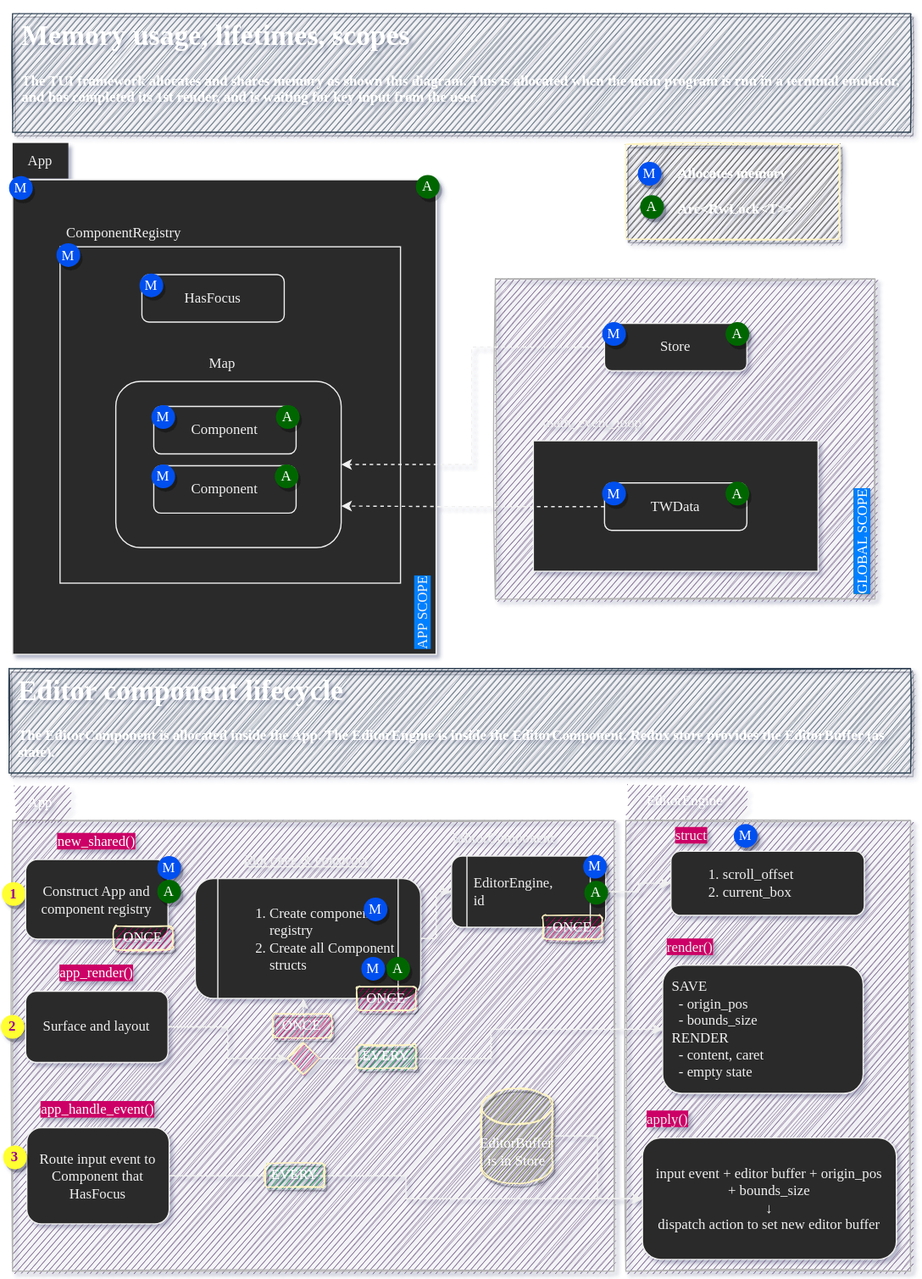
The draw.io diagram docs/memory-architecture.drawio.svg in r3bl-org/r3bl-open-core, before a commit. Source tidied: cells renumbered, new cells last; positions are measured from the earlier drawing's top-left corner, leaving out a move shared by most shapes.
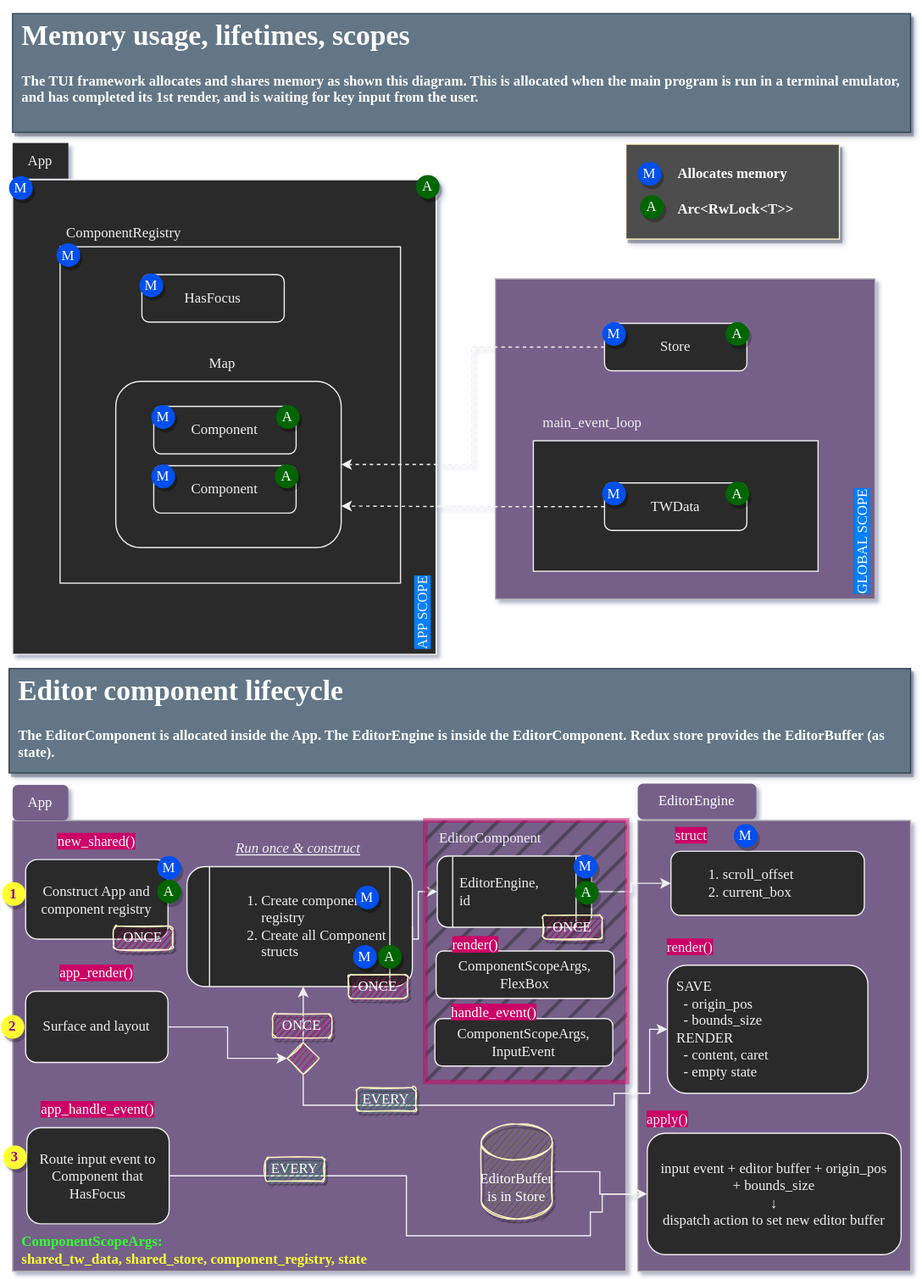
Above is the later version.

Commit message:
Update diagrams in docs, minor code refactor

Diff of the diagram source:
```diff
@@ -4,7 +4,7 @@
     <mxCell id="1" parent="0" />
-    <mxCell id="2" value="&lt;span style=&quot;background-color: rgb(0, 127, 255);&quot;&gt;GLOBAL SCOPE&lt;/span&gt;" style="rounded=0;whiteSpace=wrap;html=1;labelBackgroundColor=#006600;fontFamily=Fira Code;fontSource=https%3A%2F%2Ffonts.googleapis.com%2Fcss%3Ffamily%3DFira%2BCode;sketch=1;fillColor=#76608a;strokeColor=#B3B3B3;fontColor=#ffffff;spacing=4;align=left;horizontal=0;verticalAlign=bottom;" parent="1" vertex="1">
+    <mxCell id="2" value="&lt;span style=&quot;background-color: rgb(0, 127, 255);&quot;&gt;GLOBAL SCOPE&lt;/span&gt;" style="rounded=0;whiteSpace=wrap;html=1;labelBackgroundColor=#006600;fontFamily=Fira Code;fontSource=https%3A%2F%2Ffonts.googleapis.com%2Fcss%3Ffamily%3DFira%2BCode;sketch=0;fillColor=#76608a;strokeColor=#B3B3B3;fontColor=#ffffff;spacing=4;align=left;horizontal=0;verticalAlign=bottom;" parent="1" vertex="1">
       <mxGeometry x="417" y="223.5" width="320" height="270" as="geometry" />
     </mxCell>
-    <mxCell id="3" style="rounded=0;whiteSpace=wrap;html=1;labelBackgroundColor=#006600;fontFamily=Fira Code;fontSource=https%3A%2F%2Ffonts.googleapis.com%2Fcss%3Ffamily%3DFira%2BCode;sketch=1;fillColor=#76608a;strokeColor=#B3B3B3;fontColor=#ffffff;spacing=4;" parent="1" vertex="1">
-      <mxGeometry x="10" y="680" width="507" height="380" as="geometry" />
+    <mxCell id="3" style="rounded=0;whiteSpace=wrap;html=1;labelBackgroundColor=#006600;fontFamily=Fira Code;fontSource=https%3A%2F%2Ffonts.googleapis.com%2Fcss%3Ffamily%3DFira%2BCode;sketch=0;fillColor=#76608a;strokeColor=#B3B3B3;fontColor=#ffffff;spacing=4;" parent="1" vertex="1">
+      <mxGeometry x="10" y="680" width="517" height="380" as="geometry" />
     </mxCell>
@@ -117,9 +117,9 @@
     </mxCell>
-    <mxCell id="38" value="&lt;h1&gt;Memory usage, lifetimes, scopes&lt;/h1&gt;&lt;p&gt;The TUI framework allocates and shares memory as shown this diagram. This is allocated when the main program is run in a terminal emulator, and has completed its 1st render, and is waiting for key input from the user.&lt;/p&gt;" style="text;html=1;strokeColor=#314354;fillColor=#647687;spacing=4;spacingTop=-20;whiteSpace=wrap;overflow=hidden;rounded=0;fontFamily=Fira Code;fontSource=https%3A%2F%2Ffonts.googleapis.com%2Fcss%3Ffamily%3DFira%2BCode;fontColor=#ffffff;glass=0;sketch=1;shadow=1;fillStyle=auto;gradientDirection=radial;spacingLeft=4;spacingRight=4;labelBackgroundColor=none;labelBorderColor=none;fontStyle=1;" parent="1" vertex="1">
+    <mxCell id="38" value="&lt;h1&gt;Memory usage, lifetimes, scopes&lt;/h1&gt;&lt;p&gt;The TUI framework allocates and shares memory as shown this diagram. This is allocated when the main program is run in a terminal emulator, and has completed its 1st render, and is waiting for key input from the user.&lt;/p&gt;" style="text;html=1;strokeColor=#314354;fillColor=#647687;spacing=4;spacingTop=-20;whiteSpace=wrap;overflow=hidden;rounded=0;fontFamily=Fira Code;fontSource=https%3A%2F%2Ffonts.googleapis.com%2Fcss%3Ffamily%3DFira%2BCode;fontColor=#ffffff;glass=0;sketch=0;shadow=1;fillStyle=auto;gradientDirection=radial;spacingLeft=4;spacingRight=4;labelBackgroundColor=none;labelBorderColor=none;fontStyle=1;" parent="1" vertex="1">
       <mxGeometry x="10" width="757" height="100" as="geometry" />
     </mxCell>
-    <mxCell id="39" value="&lt;h1&gt;Editor component lifecycle&lt;/h1&gt;&lt;p&gt;The EditorComponent is allocated inside the App. The EditorEngine is inside the EditorComponent. Redux store provides the EditorBuffer (as state).&lt;/p&gt;" style="text;html=1;strokeColor=#314354;fillColor=#647687;spacing=4;spacingTop=-20;whiteSpace=wrap;overflow=hidden;rounded=0;fontFamily=Fira Code;fontSource=https%3A%2F%2Ffonts.googleapis.com%2Fcss%3Ffamily%3DFira%2BCode;shadow=1;sketch=1;labelBorderColor=none;spacingLeft=4;spacingRight=4;fontStyle=1;fontColor=#ffffff;" parent="1" vertex="1">
+    <mxCell id="39" value="&lt;h1&gt;Editor component lifecycle&lt;/h1&gt;&lt;p&gt;The EditorComponent is allocated inside the App. The EditorEngine is inside the EditorComponent. Redux store provides the EditorBuffer (as state).&lt;/p&gt;" style="text;html=1;strokeColor=#314354;fillColor=#647687;spacing=4;spacingTop=-20;whiteSpace=wrap;overflow=hidden;rounded=0;fontFamily=Fira Code;fontSource=https%3A%2F%2Ffonts.googleapis.com%2Fcss%3Ffamily%3DFira%2BCode;shadow=1;sketch=0;labelBorderColor=none;spacingLeft=4;spacingRight=4;fontStyle=1;fontColor=#ffffff;" parent="1" vertex="1">
       <mxGeometry x="7" y="552" width="760" height="88" as="geometry" />
     </mxCell>
-    <mxCell id="40" value="App" style="text;html=1;strokeColor=none;fillColor=#76608a;align=center;verticalAlign=middle;whiteSpace=wrap;rounded=1;fontFamily=Fira Code;fontSource=https%3A%2F%2Ffonts.googleapis.com%2Fcss%3Ffamily%3DFira%2BCode;spacing=4;fontColor=#ffffff;sketch=1;" parent="1" vertex="1">
+    <mxCell id="40" value="App" style="text;html=1;strokeColor=none;fillColor=#76608a;align=center;verticalAlign=middle;whiteSpace=wrap;rounded=1;fontFamily=Fira Code;fontSource=https%3A%2F%2Ffonts.googleapis.com%2Fcss%3Ffamily%3DFira%2BCode;spacing=4;fontColor=#ffffff;sketch=0;" parent="1" vertex="1">
       <mxGeometry x="10" y="650" width="47" height="30" as="geometry" />
@@ -127,6 +127,15 @@
     <mxCell id="41" style="edgeStyle=orthogonalEdgeStyle;rounded=0;jettySize=auto;html=1;exitX=1;exitY=0.5;exitDx=0;exitDy=0;entryX=0;entryY=0.5;entryDx=0;entryDy=0;fontFamily=Fira Code;fontSource=https%3A%2F%2Ffonts.googleapis.com%2Fcss%3Ffamily%3DFira%2BCode;fontColor=#FFFFFF;" parent="1" edge="1" source="78" target="87">
-      <mxGeometry relative="1" as="geometry" />
+      <mxGeometry relative="1" as="geometry">
+        <Array as="points">
+          <mxPoint x="342" y="980" />
+          <mxPoint x="342" y="1030" />
+          <mxPoint x="497" y="1030" />
+          <mxPoint x="497" y="1010" />
+          <mxPoint x="507" y="1010" />
+          <mxPoint x="507" y="995" />
+        </Array>
+      </mxGeometry>
     </mxCell>
-    <mxCell id="42" style="rounded=0;whiteSpace=wrap;html=1;labelBackgroundColor=#006600;fontFamily=Fira Code;fontSource=https%3A%2F%2Ffonts.googleapis.com%2Fcss%3Ffamily%3DFira%2BCode;sketch=1;fillColor=#76608a;strokeColor=#B3B3B3;fontColor=#ffffff;spacing=4;" parent="1" vertex="1">
-      <mxGeometry x="527" y="680" width="240" height="380" as="geometry" />
+    <mxCell id="42" style="rounded=0;whiteSpace=wrap;html=1;labelBackgroundColor=#006600;fontFamily=Fira Code;fontSource=https%3A%2F%2Ffonts.googleapis.com%2Fcss%3Ffamily%3DFira%2BCode;sketch=0;fillColor=#76608a;strokeColor=#B3B3B3;fontColor=#ffffff;spacing=4;" parent="1" vertex="1">
+      <mxGeometry x="537" y="680" width="230" height="380" as="geometry" />
     </mxCell>
@@ -163,6 +172,6 @@
     <mxCell id="53" value="EditorBuffer is in Store" style="shape=cylinder3;whiteSpace=wrap;html=1;boundedLbl=1;backgroundOutline=1;size=15;rounded=0;shadow=1;glass=0;labelBackgroundColor=none;labelBorderColor=none;sketch=1;fillStyle=auto;strokeColor=#FFF4C3;fontFamily=Fira Code;fontSource=https%3A%2F%2Ffonts.googleapis.com%2Fcss%3Ffamily%3DFira%2BCode;fontColor=#FFFFFF;fillColor=#72783A;gradientColor=none;gradientDirection=radial;" parent="1" vertex="1">
-      <mxGeometry x="405" y="906" width="60" height="80" as="geometry" />
+      <mxGeometry x="405" y="936" width="60" height="80" as="geometry" />
     </mxCell>
-    <mxCell id="54" value="EditorEngine" style="text;html=1;strokeColor=none;fillColor=#76608a;align=center;verticalAlign=middle;whiteSpace=wrap;rounded=1;fontFamily=Fira Code;fontSource=https%3A%2F%2Ffonts.googleapis.com%2Fcss%3Ffamily%3DFira%2BCode;spacing=4;fontColor=#ffffff;sketch=1;glass=0;" parent="1" vertex="1">
-      <mxGeometry x="527" y="649" width="100" height="30" as="geometry" />
+    <mxCell id="54" value="EditorEngine" style="text;html=1;strokeColor=none;fillColor=#76608a;align=center;verticalAlign=middle;whiteSpace=wrap;rounded=1;fontFamily=Fira Code;fontSource=https%3A%2F%2Ffonts.googleapis.com%2Fcss%3Ffamily%3DFira%2BCode;spacing=4;fontColor=#ffffff;sketch=0;glass=0;" parent="1" vertex="1">
+      <mxGeometry x="537" y="649" width="100" height="30" as="geometry" />
     </mxCell>
@@ -174,3 +183,3 @@
     </mxCell>
-    <mxCell id="57" style="whiteSpace=wrap;html=1;rounded=0;shadow=1;glass=0;labelBackgroundColor=#007FFF;labelBorderColor=default;sketch=1;fillStyle=auto;fontFamily=Fira Code;fontSource=https%3A%2F%2Ffonts.googleapis.com%2Fcss%3Ffamily%3DFira%2BCode;fontColor=#990099;fillColor=#4D4D4D;gradientColor=none;gradientDirection=radial;strokeColor=#FFF4C3;" parent="56" vertex="1">
+    <mxCell id="57" style="whiteSpace=wrap;html=1;rounded=0;shadow=1;glass=0;labelBackgroundColor=#007FFF;labelBorderColor=default;sketch=0;fillStyle=auto;fontFamily=Fira Code;fontSource=https%3A%2F%2Ffonts.googleapis.com%2Fcss%3Ffamily%3DFira%2BCode;fontColor=#990099;fillColor=#4D4D4D;gradientColor=none;gradientDirection=radial;strokeColor=#FFF4C3;" parent="56" vertex="1">
       <mxGeometry width="180" height="80" as="geometry" />
@@ -193,3 +202,3 @@
     <mxCell id="63" style="group;" parent="1" vertex="1">
-      <mxGeometry x="164" y="699" width="190" height="141" as="geometry" />
+      <mxGeometry x="157" y="689" width="190" height="141" as="geometry" />
     </mxCell>
@@ -220,4 +229,14 @@
     </mxCell>
-    <mxCell id="71" style="edgeStyle=orthogonalEdgeStyle;rounded=0;jettySize=auto;html=1;entryX=0;entryY=0.5;entryDx=0;entryDy=0;" parent="1" edge="1" source="72" target="90">
-      <mxGeometry relative="1" as="geometry" />
+    <mxCell id="71" style="edgeStyle=orthogonalEdgeStyle;rounded=0;orthogonalLoop=1;jettySize=auto;html=1;entryX=0;entryY=0.5;entryDx=0;entryDy=0;" parent="1" edge="1">
+      <mxGeometry relative="1" as="geometry">
+        <mxPoint x="255" y="894" as="sourcePoint" />
+        <mxPoint x="562" y="856" as="targetPoint" />
+        <Array as="points">
+          <mxPoint x="255" y="920" />
+          <mxPoint x="517" y="920" />
+          <mxPoint x="517" y="910" />
+          <mxPoint x="547" y="910" />
+          <mxPoint x="547" y="856" />
+        </Array>
+      </mxGeometry>
     </mxCell>
@@ -232,4 +251,5 @@
         <Array as="points">
-          <mxPoint x="367" y="780" />
-          <mxPoint x="367" y="740" />
+          <mxPoint x="347" y="780" />
+          <mxPoint x="352" y="780" />
+          <mxPoint x="352" y="740" />
         </Array>
@@ -256,21 +276,6 @@
     <mxCell id="81" value="EVERY" style="rounded=1;whiteSpace=wrap;html=1;shadow=1;glass=0;labelBackgroundColor=none;labelBorderColor=none;sketch=1;fillStyle=auto;strokeColor=#FFF4C3;fontFamily=Fira Code;fontSource=https%3A%2F%2Ffonts.googleapis.com%2Fcss%3Ffamily%3DFira%2BCode;fontColor=#FFFFFF;fillColor=#00994D;gradientColor=none;gradientDirection=radial;" parent="1" vertex="1">
-      <mxGeometry x="300" y="869" width="50" height="20" as="geometry" />
+      <mxGeometry x="300" y="905" width="50" height="20" as="geometry" />
     </mxCell>
-    <mxCell id="82" value="&lt;div style=&quot;&quot;&gt;&lt;span style=&quot;background-color: initial;&quot;&gt;EditorEngine,&lt;/span&gt;&lt;/div&gt;&lt;div style=&quot;&quot;&gt;&lt;span style=&quot;background-color: initial;&quot;&gt;id&lt;/span&gt;&lt;/div&gt;" style="shape=process;whiteSpace=wrap;html=1;backgroundOutline=1;rounded=1;shadow=0;glass=0;labelBackgroundColor=none;labelBorderColor=none;sketch=0;fillStyle=auto;fontFamily=Fira Code;fontSource=https%3A%2F%2Ffonts.googleapis.com%2Fcss%3Ffamily%3DFira%2BCode;gradientDirection=radial;align=left;spacingLeft=4;spacingRight=4;" parent="1" vertex="1">
-      <mxGeometry x="380" y="710" width="130" height="60" as="geometry" />
-    </mxCell>
-    <mxCell id="83" value="EditorComponent" style="text;html=1;strokeColor=none;fillColor=none;align=left;verticalAlign=middle;whiteSpace=wrap;rounded=0;fontFamily=Fira Code;fontSource=https%3A%2F%2Ffonts.googleapis.com%2Fcss%3Ffamily%3DFira%2BCode;spacing=4;" parent="1" vertex="1">
-      <mxGeometry x="377" y="680" width="60" height="30" as="geometry" />
-    </mxCell>
-    <mxCell id="84" value="ONCE" style="rounded=1;whiteSpace=wrap;html=1;shadow=1;glass=0;labelBackgroundColor=none;labelBorderColor=none;sketch=1;fillStyle=auto;strokeColor=#FFF4C3;fontFamily=Fira Code;fontSource=https%3A%2F%2Ffonts.googleapis.com%2Fcss%3Ffamily%3DFira%2BCode;fontColor=#FFFFFF;fillColor=#CC0066;gradientColor=none;gradientDirection=radial;" parent="1" vertex="1">
-      <mxGeometry x="457" y="760" width="50" height="20" as="geometry" />
-    </mxCell>
-    <mxCell id="85" value="M" style="ellipse;whiteSpace=wrap;html=1;fillColor=#0050ef;fontColor=#ffffff;strokeColor=none;shadow=1;fontFamily=Fira Code;fontSource=https%3A%2F%2Ffonts.googleapis.com%2Fcss%3Ffamily%3DFira%2BCode;spacing=4;" parent="1" vertex="1">
-      <mxGeometry x="491" y="709" width="20" height="20" as="geometry" />
-    </mxCell>
-    <mxCell id="86" value="A" style="ellipse;whiteSpace=wrap;html=1;fillColor=#006600;fontColor=#ffffff;strokeColor=none;shadow=1;fontFamily=Fira Code;fontSource=https%3A%2F%2Ffonts.googleapis.com%2Fcss%3Ffamily%3DFira%2BCode;spacing=4;" parent="1" vertex="1">
-      <mxGeometry x="492" y="731" width="20" height="20" as="geometry" />
-    </mxCell>
     <mxCell id="87" value="input event + editor buffer + origin_pos + bounds_size&lt;br&gt;&lt;b&gt;↓ &lt;/b&gt;&lt;br&gt;dispatch action to set new editor buffer" style="rounded=1;whiteSpace=wrap;html=1;fontFamily=Fira Code;fontSource=https%3A%2F%2Ffonts.googleapis.com%2Fcss%3Ffamily%3DFira%2BCode;spacing=4;align=center;verticalAlign=middle;spacingLeft=4;spacingRight=4;" parent="1" vertex="1">
-      <mxGeometry x="541" y="947.7" width="214" height="102.3" as="geometry" />
+      <mxGeometry x="545" y="943.7" width="214" height="102.3" as="geometry" />
     </mxCell>
@@ -283,6 +288,6 @@
     <mxCell id="90" value="SAVE&lt;br&gt;&lt;span style=&quot;background-color: initial;&quot;&gt;&amp;nbsp; - origin_pos&lt;br&gt;&lt;/span&gt;&lt;span style=&quot;background-color: initial;&quot;&gt;&amp;nbsp; - bounds_size&lt;br&gt;RENDER&lt;br&gt;&amp;nbsp; - content, caret&lt;br&gt;&amp;nbsp; - empty state&lt;br&gt;&lt;/span&gt;" style="rounded=1;whiteSpace=wrap;html=1;fontFamily=Fira Code;fontSource=https%3A%2F%2Ffonts.googleapis.com%2Fcss%3Ffamily%3DFira%2BCode;spacing=4;align=left;verticalAlign=middle;spacingLeft=4;spacingRight=4;" parent="1" vertex="1">
-      <mxGeometry x="558" y="802" width="169" height="108" as="geometry" />
+      <mxGeometry x="562" y="802" width="169" height="108" as="geometry" />
     </mxCell>
     <mxCell id="91" value="EVERY" style="rounded=1;whiteSpace=wrap;html=1;shadow=1;glass=0;labelBackgroundColor=none;labelBorderColor=none;sketch=1;fillStyle=auto;strokeColor=#FFF4C3;fontFamily=Fira Code;fontSource=https%3A%2F%2Ffonts.googleapis.com%2Fcss%3Ffamily%3DFira%2BCode;fontColor=#FFFFFF;fillColor=#00994D;gradientColor=none;gradientDirection=radial;" parent="1" vertex="1">
-      <mxGeometry x="223" y="969" width="50" height="20" as="geometry" />
+      <mxGeometry x="223" y="964" width="50" height="20" as="geometry" />
     </mxCell>
@@ -297,2 +302,38 @@
     </mxCell>
+    <mxCell id="95" style="rounded=0;whiteSpace=wrap;html=1;sketch=0;fillColor=default;strokeColor=#CC0066;strokeWidth=4;opacity=50;fillStyle=hatch;" parent="1" vertex="1">
+      <mxGeometry x="358" y="680" width="170" height="220.5" as="geometry" />
+    </mxCell>
+    <mxCell id="82" value="&lt;div style=&quot;&quot;&gt;&lt;span style=&quot;background-color: initial;&quot;&gt;EditorEngine,&lt;/span&gt;&lt;/div&gt;&lt;div style=&quot;&quot;&gt;&lt;span style=&quot;background-color: initial;&quot;&gt;id&lt;/span&gt;&lt;/div&gt;" style="shape=process;whiteSpace=wrap;html=1;backgroundOutline=1;rounded=1;shadow=0;glass=0;labelBackgroundColor=none;labelBorderColor=none;sketch=0;fillStyle=auto;fontFamily=Fira Code;fontSource=https%3A%2F%2Ffonts.googleapis.com%2Fcss%3Ffamily%3DFira%2BCode;gradientDirection=radial;align=left;spacingLeft=4;spacingRight=4;" parent="1" vertex="1">
+      <mxGeometry x="368" y="710" width="130" height="60" as="geometry" />
+    </mxCell>
+    <mxCell id="83" value="EditorComponent" style="text;html=1;strokeColor=none;fillColor=none;align=left;verticalAlign=middle;whiteSpace=wrap;rounded=0;fontFamily=Fira Code;fontSource=https%3A%2F%2Ffonts.googleapis.com%2Fcss%3Ffamily%3DFira%2BCode;spacing=4;" parent="1" vertex="1">
+      <mxGeometry x="366" y="680" width="60" height="30" as="geometry" />
+    </mxCell>
+    <mxCell id="85" value="M" style="ellipse;whiteSpace=wrap;html=1;fillColor=#0050ef;fontColor=#ffffff;strokeColor=none;shadow=1;fontFamily=Fira Code;fontSource=https%3A%2F%2Ffonts.googleapis.com%2Fcss%3Ffamily%3DFira%2BCode;spacing=4;" parent="1" vertex="1">
+      <mxGeometry x="483" y="709" width="20" height="20" as="geometry" />
+    </mxCell>
+    <mxCell id="86" value="A" style="ellipse;whiteSpace=wrap;html=1;fillColor=#006600;fontColor=#ffffff;strokeColor=none;shadow=1;fontFamily=Fira Code;fontSource=https%3A%2F%2Ffonts.googleapis.com%2Fcss%3Ffamily%3DFira%2BCode;spacing=4;" parent="1" vertex="1">
+      <mxGeometry x="484" y="731" width="20" height="20" as="geometry" />
+    </mxCell>
+    <mxCell id="96" style="group;" parent="1" vertex="1">
+      <mxGeometry x="366" y="770" width="151" height="117" as="geometry" />
+    </mxCell>
+    <mxCell id="97" value="ComponentScopeArgs, InputEvent" style="rounded=1;whiteSpace=wrap;html=1;fontFamily=Fira Code;fontSource=https%3A%2F%2Ffonts.googleapis.com%2Fcss%3Ffamily%3DFira%2BCode;spacing=4;" parent="96" vertex="1">
+      <mxGeometry y="77" width="150" height="40" as="geometry" />
+    </mxCell>
+    <mxCell id="98" value="&lt;font style=&quot;background-color: rgb(204, 0, 102);&quot; color=&quot;#ffffff&quot;&gt;handle_event()&lt;/font&gt;" style="text;html=1;strokeColor=none;fillColor=none;align=left;verticalAlign=middle;whiteSpace=wrap;rounded=0;fontFamily=Fira Code;fontSource=https%3A%2F%2Ffonts.googleapis.com%2Fcss%3Ffamily%3DFira%2BCode;spacing=4;" parent="96" vertex="1">
+      <mxGeometry x="10" y="57" width="70" height="30" as="geometry" />
+    </mxCell>
+    <mxCell id="99" value="ComponentScopeArgs, FlexBox" style="rounded=1;whiteSpace=wrap;html=1;fontFamily=Fira Code;fontSource=https%3A%2F%2Ffonts.googleapis.com%2Fcss%3Ffamily%3DFira%2BCode;spacing=4;" parent="96" vertex="1">
+      <mxGeometry x="1" y="20" width="150" height="40" as="geometry" />
+    </mxCell>
+    <mxCell id="100" value="&lt;font style=&quot;background-color: rgb(204, 0, 102);&quot; color=&quot;#ffffff&quot;&gt;render()&lt;/font&gt;" style="text;html=1;strokeColor=none;fillColor=none;align=left;verticalAlign=middle;whiteSpace=wrap;rounded=0;fontFamily=Fira Code;fontSource=https%3A%2F%2Ffonts.googleapis.com%2Fcss%3Ffamily%3DFira%2BCode;spacing=4;" parent="96" vertex="1">
+      <mxGeometry x="11" width="70" height="30" as="geometry" />
+    </mxCell>
+    <mxCell id="84" value="ONCE" style="rounded=1;whiteSpace=wrap;html=1;shadow=1;glass=0;labelBackgroundColor=none;labelBorderColor=none;sketch=1;fillStyle=auto;strokeColor=#FFF4C3;fontFamily=Fira Code;fontSource=https%3A%2F%2Ffonts.googleapis.com%2Fcss%3Ffamily%3DFira%2BCode;fontColor=#FFFFFF;fillColor=#CC0066;gradientColor=none;gradientDirection=radial;" parent="1" vertex="1">
+      <mxGeometry x="457" y="760" width="50" height="20" as="geometry" />
+    </mxCell>
+    <mxCell id="101" value="&lt;font color=&quot;#33ff33&quot;&gt;ComponentScopeArgs: &lt;br&gt;&lt;/font&gt;&lt;font color=&quot;#ffff33&quot;&gt;shared_tw_data, shared_store, component_registry, state&lt;/font&gt;" style="text;html=1;strokeColor=none;fillColor=none;align=left;verticalAlign=middle;whiteSpace=wrap;rounded=0;fontFamily=Fira Code;fontSource=https%3A%2F%2Ffonts.googleapis.com%2Fcss%3Ffamily%3DFira%2BCode;spacing=4;fontColor=#FFFFFF;fontStyle=1;" parent="1" vertex="1">
+      <mxGeometry x="14" y="1027" width="412" height="30" as="geometry" />
+    </mxCell>
   </root>
```
